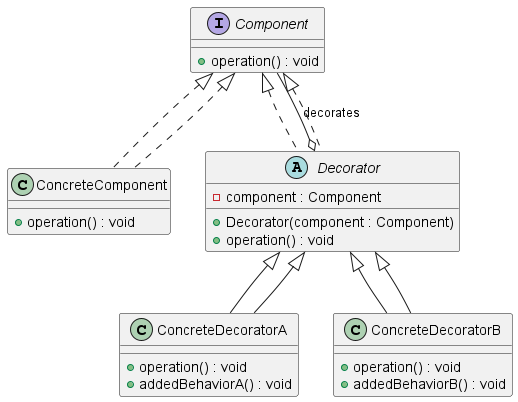
Earlier version of the PlantUML export Patterns/Manuscript/manuscript/images/ch12_Decorator/DecoratorPatternClassDiagram.png (Gabriel-SoftwareAG/DesignPatterns).
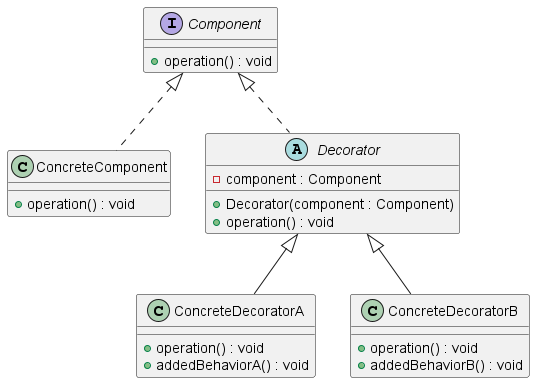
Later version of the same file.

Change to the diagram source:
```diff
@@ -24,10 +24,4 @@
   +addedBehaviorB() : void
 }
 
-Component <|.. ConcreteComponent
-Component <|.. Decorator
-Decorator o-- Component : decorates
-Decorator <|-- ConcreteDecoratorA
-Decorator <|-- ConcreteDecoratorB
-
 @enduml
```
